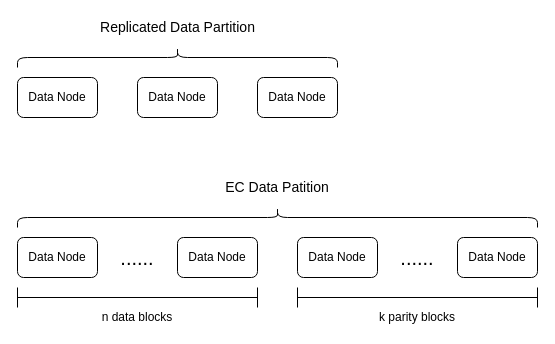
The draw.io diagram chubaofs/chubaofs_ec_data_partition.drawio in shuoranliu/drawio, before the edit. Source tidied: cells renumbered, new cells numbered last; positions are measured from the earlier drawing's top-left corner, leaving out a move shared by most shapes. Both pictures are drawn from the tidied source at 100%, with x=0, y=0 at pixel (17, -103).
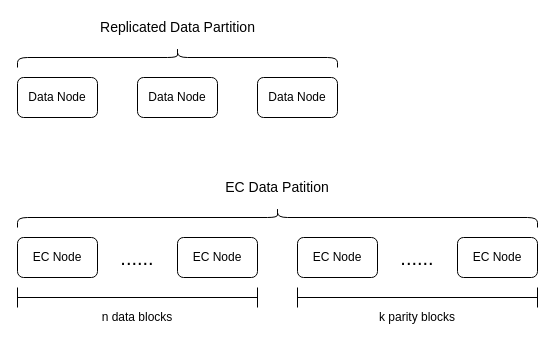
After the change.

The edit, as a diff of the source:
```diff
@@
 <mxGraphModel>
   <root>
     <mxCell id="0" />
     <mxCell id="1" parent="0" />
     <mxCell id="2" value="Data Node" style="rounded=1;whiteSpace=wrap;html=1;" parent="1" vertex="1">
       <mxGeometry y="180" width="80" height="40" as="geometry" />
     </mxCell>
     <mxCell id="3" value="Data Node" style="rounded=1;whiteSpace=wrap;html=1;" parent="1" vertex="1">
       <mxGeometry x="120" y="180" width="80" height="40" as="geometry" />
     </mxCell>
     <mxCell id="4" value="Data Node" style="rounded=1;whiteSpace=wrap;html=1;" parent="1" vertex="1">
       <mxGeometry x="240" y="180" width="80" height="40" as="geometry" />
     </mxCell>
     <mxCell id="5" style="shape=curlyBracket;whiteSpace=wrap;html=1;rounded=1;rotation=90;" parent="1" vertex="1">
       <mxGeometry x="150" width="20" height="320" as="geometry" />
     </mxCell>
     <mxCell id="6" value="&lt;font style=&quot;font-size: 14px&quot;&gt;Replicated Data Partition&lt;/font&gt;" style="text;html=1;strokeColor=none;fillColor=none;align=center;verticalAlign=middle;whiteSpace=wrap;rounded=0;" parent="1" vertex="1">
       <mxGeometry x="77.5" y="120" width="165" height="20" as="geometry" />
     </mxCell>
-    <mxCell id="7" value="Data Node" style="rounded=1;whiteSpace=wrap;html=1;" parent="1" vertex="1">
+    <mxCell id="7" value="EC Node" style="rounded=1;whiteSpace=wrap;html=1;" parent="1" vertex="1">
       <mxGeometry y="340" width="80" height="40" as="geometry" />
     </mxCell>
-    <mxCell id="8" value="Data Node" style="rounded=1;whiteSpace=wrap;html=1;" parent="1" vertex="1">
+    <mxCell id="8" value="EC Node" style="rounded=1;whiteSpace=wrap;html=1;" parent="1" vertex="1">
       <mxGeometry x="160" y="340" width="80" height="40" as="geometry" />
     </mxCell>
     <mxCell id="9" value="&lt;font style=&quot;font-size: 20px&quot;&gt;......&lt;/font&gt;" style="text;html=1;strokeColor=none;fillColor=none;align=center;verticalAlign=middle;whiteSpace=wrap;rounded=0;" parent="1" vertex="1">
       <mxGeometry x="100" y="350" width="40" height="20" as="geometry" />
     </mxCell>
     <mxCell id="10" style="shape=crossbar;whiteSpace=wrap;html=1;rounded=1;" parent="1" vertex="1">
       <mxGeometry y="390" width="240" height="20" as="geometry" />
     </mxCell>
-    <mxCell id="11" value="Data Node" style="rounded=1;whiteSpace=wrap;html=1;" parent="1" vertex="1">
+    <mxCell id="11" value="EC Node" style="rounded=1;whiteSpace=wrap;html=1;" parent="1" vertex="1">
       <mxGeometry x="280" y="340" width="80" height="40" as="geometry" />
     </mxCell>
-    <mxCell id="12" value="Data Node" style="rounded=1;whiteSpace=wrap;html=1;" parent="1" vertex="1">
+    <mxCell id="12" value="EC Node" style="rounded=1;whiteSpace=wrap;html=1;" parent="1" vertex="1">
       <mxGeometry x="440" y="340" width="80" height="40" as="geometry" />
     </mxCell>
     <mxCell id="13" value="&lt;font style=&quot;font-size: 20px&quot;&gt;......&lt;/font&gt;" style="text;html=1;strokeColor=none;fillColor=none;align=center;verticalAlign=middle;whiteSpace=wrap;rounded=0;" parent="1" vertex="1">
       <mxGeometry x="380" y="350" width="40" height="20" as="geometry" />
     </mxCell>
     <mxCell id="14" style="shape=crossbar;whiteSpace=wrap;html=1;rounded=1;" parent="1" vertex="1">
       <mxGeometry x="280" y="390" width="240" height="20" as="geometry" />
     </mxCell>
     <mxCell id="15" value="n data blocks" style="text;html=1;strokeColor=none;fillColor=none;align=center;verticalAlign=middle;whiteSpace=wrap;rounded=0;" parent="1" vertex="1">
       <mxGeometry x="70" y="410" width="100" height="20" as="geometry" />
     </mxCell>
     <mxCell id="16" value="k parity blocks" style="text;html=1;strokeColor=none;fillColor=none;align=center;verticalAlign=middle;whiteSpace=wrap;rounded=0;" parent="1" vertex="1">
       <mxGeometry x="350" y="410" width="100" height="20" as="geometry" />
     </mxCell>
     <mxCell id="17" style="shape=curlyBracket;whiteSpace=wrap;html=1;rounded=1;rotation=90;" parent="1" vertex="1">
       <mxGeometry x="250" y="60" width="20" height="520" as="geometry" />
     </mxCell>
     <mxCell id="18" value="&lt;font style=&quot;font-size: 14px&quot;&gt;EC Data Patition&lt;/font&gt;" style="text;html=1;strokeColor=none;fillColor=none;align=center;verticalAlign=middle;whiteSpace=wrap;rounded=0;" parent="1" vertex="1">
       <mxGeometry x="200" y="280" width="120" height="20" as="geometry" />
     </mxCell>
   </root>
 </mxGraphModel>
```
